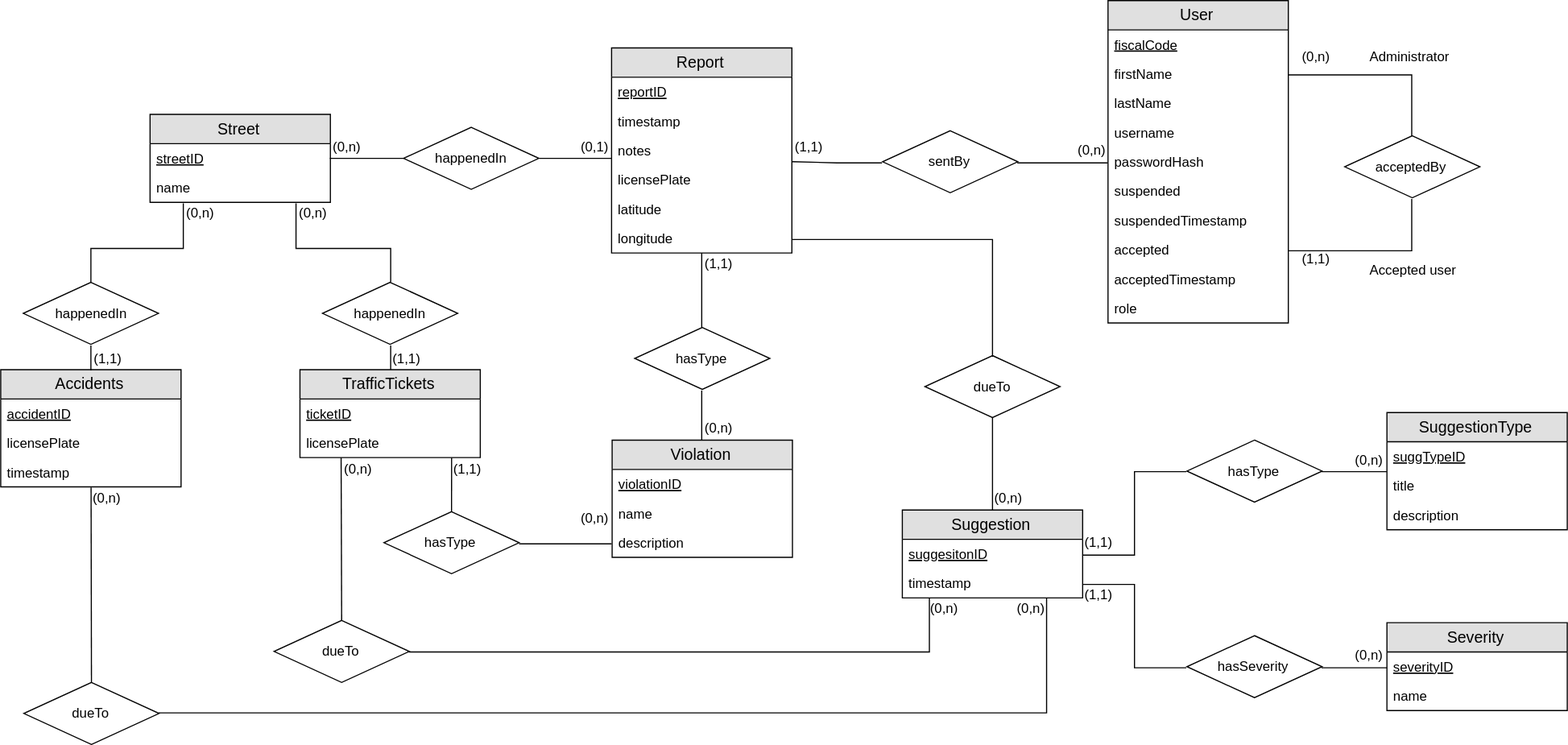
EliaBattiston/SafeStreets keeps this draw.io diagram as DD/Images/Databases/MainER.svg. Above is the earlier version. Source tidied: cells renumbered, new cells last; positions are measured from the earlier drawing's top-left corner, leaving out a move shared by most shapes.
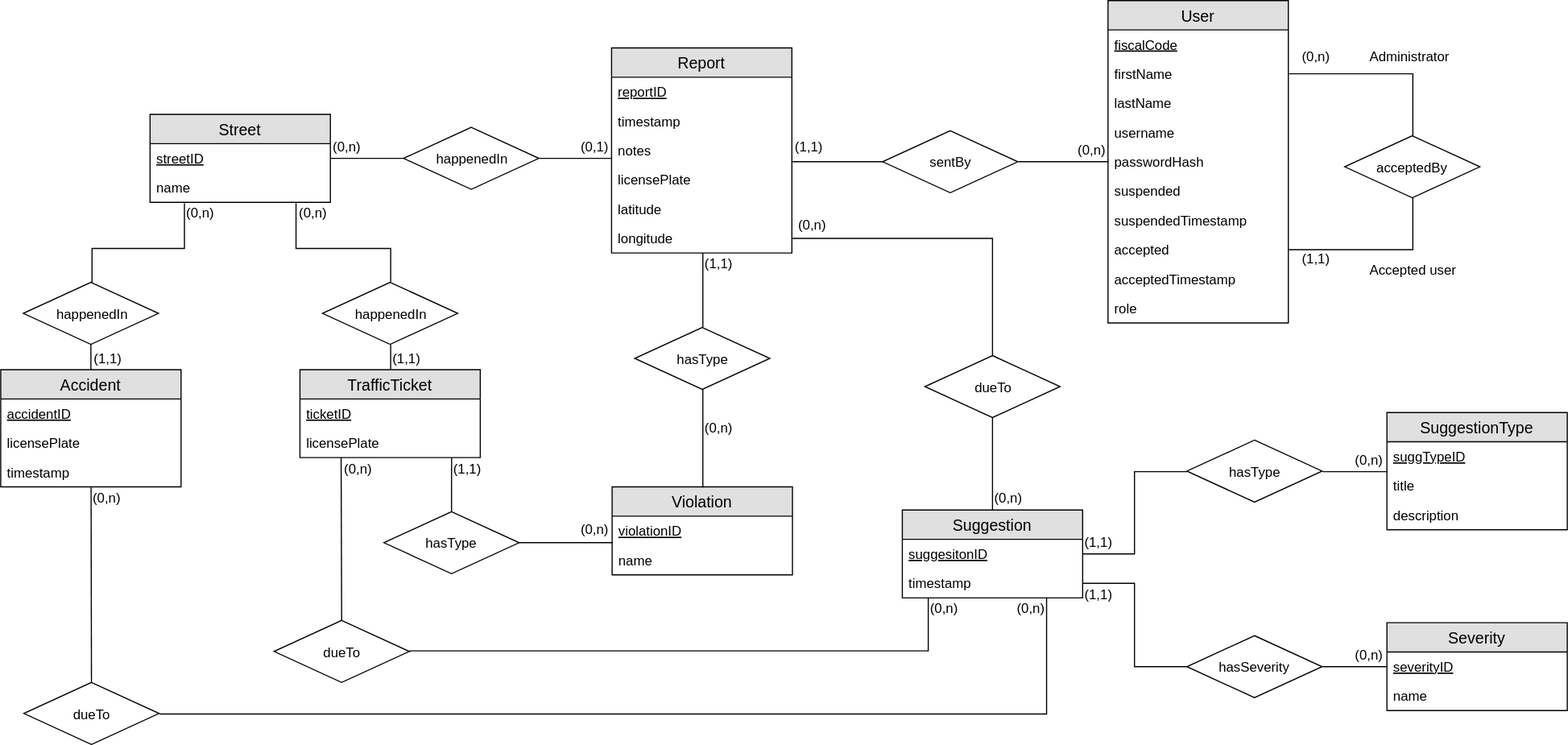
Above is the later version.

The edit, as a diff of the source:
```diff
@@ -57,7 +57,7 @@
       <mxGeometry x="1212.5" y="230" width="90" height="20" as="geometry" />
     </mxCell>
     <mxCell id="20" value="Violation" style="swimlane;fontStyle=0;horizontal=1;startSize=26;fillColor=#e0e0e0;swimlaneFillColor=#ffffff;align=center;fontSize=14;" parent="1" vertex="1">
-      <mxGeometry x="542.5" y="390" width="160" height="104" as="geometry" />
+      <mxGeometry x="542.5" y="431.5" width="160" height="78" as="geometry" />
     </mxCell>
     <mxCell id="21" value="violationID" style="text;strokeColor=none;fillColor=none;spacingLeft=4;spacingRight=4;overflow=hidden;fontSize=12;fontStyle=4;" parent="20" vertex="1">
       <mxGeometry y="26" width="160" height="26" as="geometry" />
@@ -65,9 +65,6 @@
     <mxCell id="22" value="name" style="text;strokeColor=none;fillColor=none;spacingLeft=4;spacingRight=4;overflow=hidden;fontSize=12;" parent="20" vertex="1">
       <mxGeometry y="52" width="160" height="26" as="geometry" />
     </mxCell>
-    <mxCell id="23" value="description" style="text;strokeColor=none;fillColor=none;spacingLeft=4;spacingRight=4;overflow=hidden;points=[[0,0.5],[1,0.5]];portConstraint=eastwest;fontSize=12;" parent="20" vertex="1">
-      <mxGeometry y="78" width="160" height="26" as="geometry" />
-    </mxCell>
     <mxCell id="24" value="Report" style="swimlane;fontStyle=0;horizontal=1;startSize=26;fillColor=#e0e0e0;swimlaneFillColor=#ffffff;align=center;fontSize=14;" parent="1" vertex="1">
       <mxGeometry x="542" y="42" width="160" height="182" as="geometry" />
     </mxCell>
@@ -121,7 +118,7 @@
     <mxCell id="40" value="(0,n)" style="text;html=1;align=left;verticalAlign=top;spacingTop=-4;" parent="1" vertex="1">
       <mxGeometry x="622.5" y="370" width="40" height="20" as="geometry" />
     </mxCell>
-    <mxCell id="41" value="Accidents" style="swimlane;fontStyle=0;horizontal=1;startSize=26;fillColor=#e0e0e0;swimlaneFillColor=#ffffff;align=center;fontSize=14;" parent="1" vertex="1">
+    <mxCell id="41" value="Accident" style="swimlane;fontStyle=0;horizontal=1;startSize=26;fillColor=#e0e0e0;swimlaneFillColor=#ffffff;align=center;fontSize=14;" parent="1" vertex="1">
       <mxGeometry y="327.5" width="160" height="104" as="geometry" />
     </mxCell>
     <mxCell id="42" value="accidentID" style="text;strokeColor=none;fillColor=none;spacingLeft=4;spacingRight=4;overflow=hidden;fontSize=12;fontStyle=4;" parent="41" vertex="1">
@@ -209,7 +206,7 @@
       <mxGeometry x="400" y="405.5" width="40" height="20" as="geometry" />
     </mxCell>
     <mxCell id="66" value="(0,n)" style="text;html=1;align=left;verticalAlign=top;spacingTop=-4;" parent="1" vertex="1">
-      <mxGeometry x="512.5" y="450" width="40" height="20" as="geometry" />
+      <mxGeometry x="512.5" y="459.5" width="40" height="20" as="geometry" />
     </mxCell>
     <mxCell id="67" value="Suggestion" style="swimlane;fontStyle=0;horizontal=1;startSize=26;fillColor=#e0e0e0;swimlaneFillColor=#ffffff;align=center;fontSize=14;" parent="1" vertex="1">
       <mxGeometry x="800" y="452" width="160" height="78" as="geometry" />
@@ -280,8 +277,10 @@
     <mxCell id="89" style="edgeStyle=orthogonalEdgeStyle;rounded=0;jettySize=auto;html=1;exitX=1;exitY=0.5;exitDx=0;exitDy=0;entryX=0.5;entryY=0;entryDx=0;entryDy=0;endArrow=none;endFill=0;" parent="1" edge="1" source="30" target="88">
       <mxGeometry relative="1" as="geometry" />
     </mxCell>
-    <mxCell id="90" style="edgeStyle=orthogonalEdgeStyle;rounded=0;jettySize=auto;html=1;exitX=0;exitY=0.5;exitDx=0;exitDy=0;entryX=1;entryY=0.5;entryDx=0;entryDy=0;endArrow=none;endFill=0;" parent="1" edge="1" source="23" target="64">
-      <mxGeometry relative="1" as="geometry" />
+    <mxCell id="90" style="edgeStyle=orthogonalEdgeStyle;rounded=0;jettySize=auto;html=1;exitX=0;exitY=0.5;exitDx=0;exitDy=0;entryX=1;entryY=0.5;entryDx=0;entryDy=0;endArrow=none;endFill=0;" parent="1" edge="1" target="64">
+      <mxGeometry relative="1" as="geometry">
+        <mxPoint x="543" y="481" as="sourcePoint" />
+      </mxGeometry>
     </mxCell>
     <mxCell id="91" style="edgeStyle=orthogonalEdgeStyle;rounded=0;jettySize=auto;html=1;exitX=1;exitY=0.5;exitDx=0;exitDy=0;entryX=0.146;entryY=0.984;entryDx=0;entryDy=0;entryPerimeter=0;endArrow=none;endFill=0;" parent="1" edge="1" source="92" target="69">
       <mxGeometry relative="1" as="geometry">
@@ -310,7 +309,7 @@
         <mxPoint x="302" y="400" as="targetPoint" />
       </mxGeometry>
     </mxCell>
-    <mxCell id="97" value="TrafficTickets" style="swimlane;fontStyle=0;horizontal=1;startSize=26;fillColor=#e0e0e0;swimlaneFillColor=#ffffff;align=center;fontSize=14;" parent="1" vertex="1">
+    <mxCell id="97" value="TrafficTicket" style="swimlane;fontStyle=0;horizontal=1;startSize=26;fillColor=#e0e0e0;swimlaneFillColor=#ffffff;align=center;fontSize=14;" parent="1" vertex="1">
       <mxGeometry x="265.5" y="327.5" width="160" height="78" as="geometry" />
     </mxCell>
     <mxCell id="98" value="ticketID" style="text;strokeColor=none;fillColor=none;spacingLeft=4;spacingRight=4;overflow=hidden;fontSize=12;fontStyle=4;" parent="97" vertex="1">
@@ -334,5 +333,8 @@
     <mxCell id="104" value="(0,n)" style="text;html=1;align=left;verticalAlign=top;spacingTop=-4;" parent="1" vertex="1">
       <mxGeometry x="880" y="431.5" width="40" height="20" as="geometry" />
     </mxCell>
+    <mxCell id="105" value="(0,n)" style="text;html=1;align=center;verticalAlign=middle;" parent="1" vertex="1">
+      <mxGeometry x="700" y="189" width="40" height="20" as="geometry" />
+    </mxCell>
   </root>
 </mxGraphModel>
```
